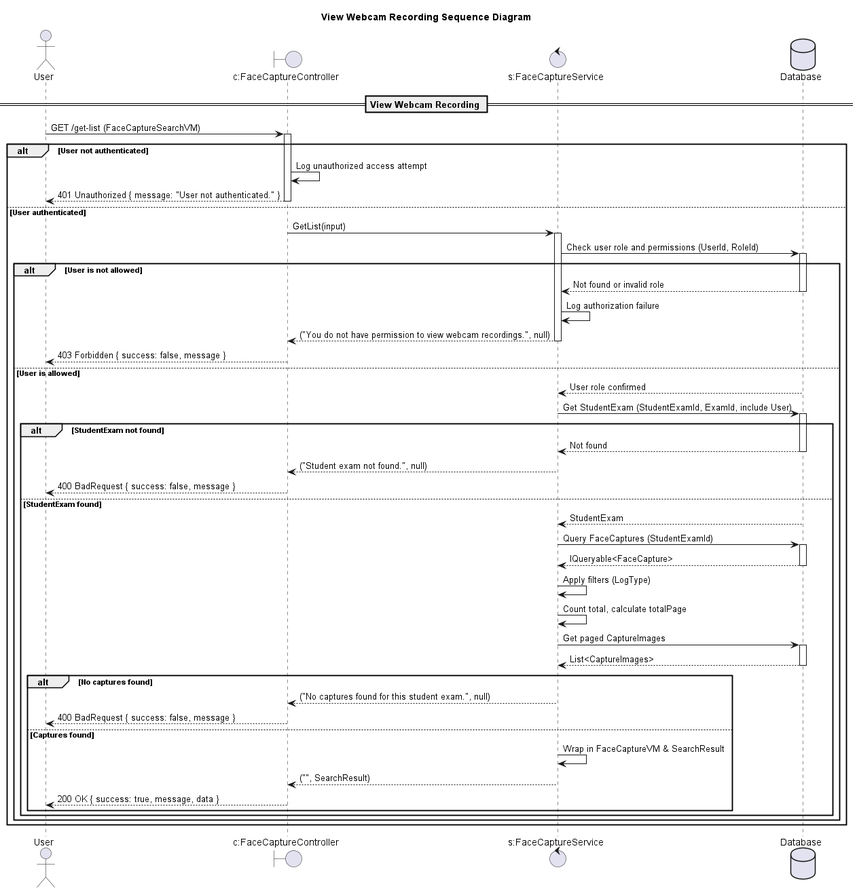
Earlier version of the PlantUML export design/out/viewwebcamrecordingsequencediagram/viewwebcamrecordingsequencediagram.png (conghoan1211/AI-Kiosk-Testing-system). Its diagram source:
```plantuml
@startuml

title View Webcam Recording Sequence Diagram

actor "User" as Client
boundary "c:FaceCaptureController" as Controller
control "s:FaceCaptureService" as Service
database "Database" as DB

== View Webcam Recording ==

Client -> Controller: GET /get-list (FaceCaptureSearchVM)
activate Controller

alt User not authenticated
    Controller -> Controller: Log unauthorized access attempt
    Controller --> Client: 401 Unauthorized { message: "User not authenticated." }
    deactivate Controller
else User authenticated
    Controller -> Service: GetList(input)
    activate Service

    Service -> DB: Check user role and permissions (UserId, RoleId)
    activate DB
    alt User is not allowed
        DB --> Service: Not found or invalid role
        deactivate DB
        Service -> Service: Log authorization failure
        Service --> Controller: ("You do not have permission to view webcam recordings.", null)
        deactivate Service
        Controller --> Client: 403 Forbidden { success: false, message }
        deactivate Controller
    else User is allowed
        DB --> Service: User role confirmed
        deactivate DB

        Service -> DB: Get StudentExam (StudentExamId, ExamId, include User)
        activate DB
        alt StudentExam not found
            DB --> Service: Not found
            deactivate DB
            Service --> Controller: ("Student exam not found.", null)
            deactivate Service
            Controller --> Client: 400 BadRequest { success: false, message }
            deactivate Controller
        else StudentExam found
            DB --> Service: StudentExam
            deactivate DB

            Service -> DB: Query FaceCaptures (StudentExamId)
            activate DB
            DB --> Service: IQueryable<FaceCapture>
            deactivate DB

            Service -> Service: Apply filters (LogType)
            Service -> Service: Count total, calculate totalPage
            Service -> DB: Get paged CaptureImages
            activate DB
            DB --> Service: List<CaptureImages>
            deactivate DB

            alt No captures found
                Service --> Controller: ("No captures found for this student exam.", null)
                deactivate Service
                Controller --> Client: 400 BadRequest { success: false, message }
                deactivate Controller
            else Captures found
                Service -> Service: Wrap in FaceCaptureVM & SearchResult
                Service --> Controller: ("", SearchResult)
                deactivate Service
                Controller --> Client: 200 OK { success: true, message, data }
                deactivate Controller
            end alt
        end alt
    end alt
end alt

@enduml
```
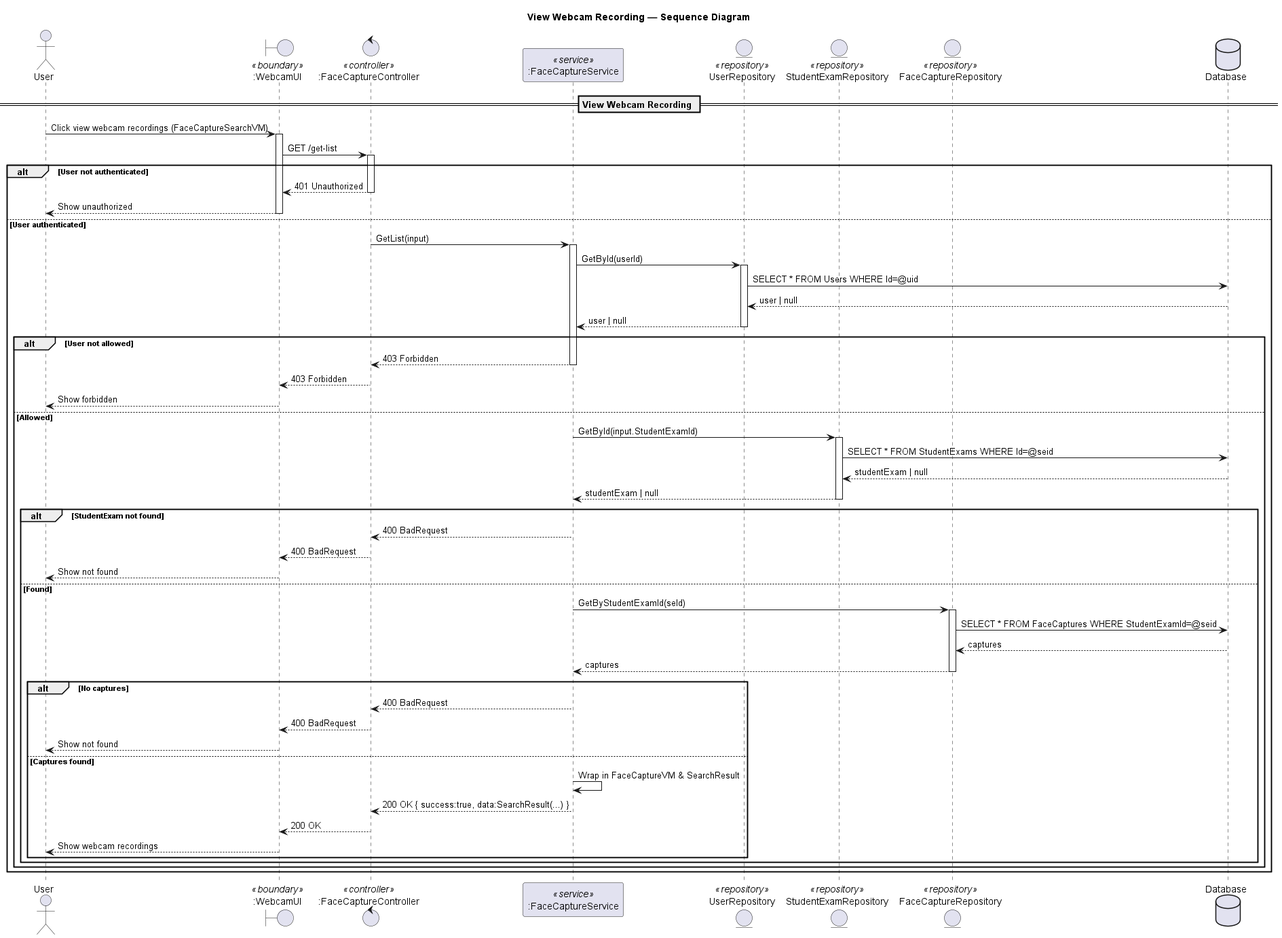
Later version of the same file.

Diff of the diagram source:
```diff
@@ -1,78 +1,88 @@
 @startuml
-
-title View Webcam Recording Sequence Diagram
+title View Webcam Recording — Sequence Diagram
 
 actor "User" as Client
-boundary "c:FaceCaptureController" as Controller
-control "s:FaceCaptureService" as Service
+boundary ":WebcamUI" as UI <<boundary>>
+control ":FaceCaptureController" as Controller <<controller>>
+participant ":FaceCaptureService" as Service <<service>>
+
+entity "UserRepository" as UserRepo <<repository>>
+entity "StudentExamRepository" as StuExamRepo <<repository>>
+entity "FaceCaptureRepository" as FaceRepo <<repository>>
+
 database "Database" as DB
 
 == View Webcam Recording ==
 
-Client -> Controller: GET /get-list (FaceCaptureSearchVM)
+Client -> UI: Click view webcam recordings (FaceCaptureSearchVM)
+activate UI
+UI -> Controller: GET /get-list
 activate Controller
 
 alt User not authenticated
-    Controller -> Controller: Log unauthorized access attempt
-    Controller --> Client: 401 Unauthorized { message: "User not authenticated." }
+  Controller --> UI: 401 Unauthorized
+  deactivate Controller
+  UI --> Client: Show unauthorized
+  deactivate UI
+else User authenticated
+  Controller -> Service: GetList(input)
+  activate Service
+
+  Service -> UserRepo: GetById(userId)
+  activate UserRepo
+  UserRepo -> DB: SELECT * FROM Users WHERE Id=@uid
+  DB --> UserRepo: user | null
+  UserRepo --> Service: user | null
+  deactivate UserRepo
+
+  alt User not allowed
+    Service --> Controller: 403 Forbidden
+    deactivate Service
+    Controller --> UI: 403 Forbidden
     deactivate Controller
-else User authenticated
-    Controller -> Service: GetList(input)
-    activate Service
+    UI --> Client: Show forbidden
+    deactivate UI
+  else Allowed
+    Service -> StuExamRepo: GetById(input.StudentExamId)
+    activate StuExamRepo
+    StuExamRepo -> DB: SELECT * FROM StudentExams WHERE Id=@seid
+    DB --> StuExamRepo: studentExam | null
+    StuExamRepo --> Service: studentExam | null
+    deactivate StuExamRepo
 
-    Service -> DB: Check user role and permissions (UserId, RoleId)
-    activate DB
-    alt User is not allowed
-        DB --> Service: Not found or invalid role
-        deactivate DB
-        Service -> Service: Log authorization failure
-        Service --> Controller: ("You do not have permission to view webcam recordings.", null)
+    alt StudentExam not found
+      Service --> Controller: 400 BadRequest
+      deactivate Service
+      Controller --> UI: 400 BadRequest
+      deactivate Controller
+      UI --> Client: Show not found
+      deactivate UI
+    else Found
+      Service -> FaceRepo: GetByStudentExamId(seId)
+      activate FaceRepo
+      FaceRepo -> DB: SELECT * FROM FaceCaptures WHERE StudentExamId=@seid
+      DB --> FaceRepo: captures
+      FaceRepo --> Service: captures
+      deactivate FaceRepo
+
+      alt No captures
+        Service --> Controller: 400 BadRequest
         deactivate Service
-        Controller --> Client: 403 Forbidden { success: false, message }
+        Controller --> UI: 400 BadRequest
         deactivate Controller
-    else User is allowed
-        DB --> Service: User role confirmed
-        deactivate DB
-
-        Service -> DB: Get StudentExam (StudentExamId, ExamId, include User)
-        activate DB
-        alt StudentExam not found
-            DB --> Service: Not found
-            deactivate DB
-            Service --> Controller: ("Student exam not found.", null)
-            deactivate Service
-            Controller --> Client: 400 BadRequest { success: false, message }
-            deactivate Controller
-        else StudentExam found
-            DB --> Service: StudentExam
-            deactivate DB
-
-            Service -> DB: Query FaceCaptures (StudentExamId)
-            activate DB
-            DB --> Service: IQueryable<FaceCapture>
-            deactivate DB
-
-            Service -> Service: Apply filters (LogType)
-            Service -> Service: Count total, calculate totalPage
-            Service -> DB: Get paged CaptureImages
-            activate DB
-            DB --> Service: List<CaptureImages>
-            deactivate DB
-
-            alt No captures found
-                Service --> Controller: ("No captures found for this student exam.", null)
-                deactivate Service
-                Controller --> Client: 400 BadRequest { success: false, message }
-                deactivate Controller
-            else Captures found
-                Service -> Service: Wrap in FaceCaptureVM & SearchResult
-                Service --> Controller: ("", SearchResult)
-                deactivate Service
-                Controller --> Client: 200 OK { success: true, message, data }
-                deactivate Controller
-            end alt
-        end alt
-    end alt
-end alt
+        UI --> Client: Show not found
+        deactivate UI
+      else Captures found
+        Service -> Service: Wrap in FaceCaptureVM & SearchResult
+        Service --> Controller: 200 OK { success:true, data:SearchResult(...) }
+        deactivate Service
+        Controller --> UI: 200 OK
+        deactivate Controller
+        UI --> Client: Show webcam recordings
+        deactivate UI
+      end
+    end
+  end
+end
 
 @enduml
```
